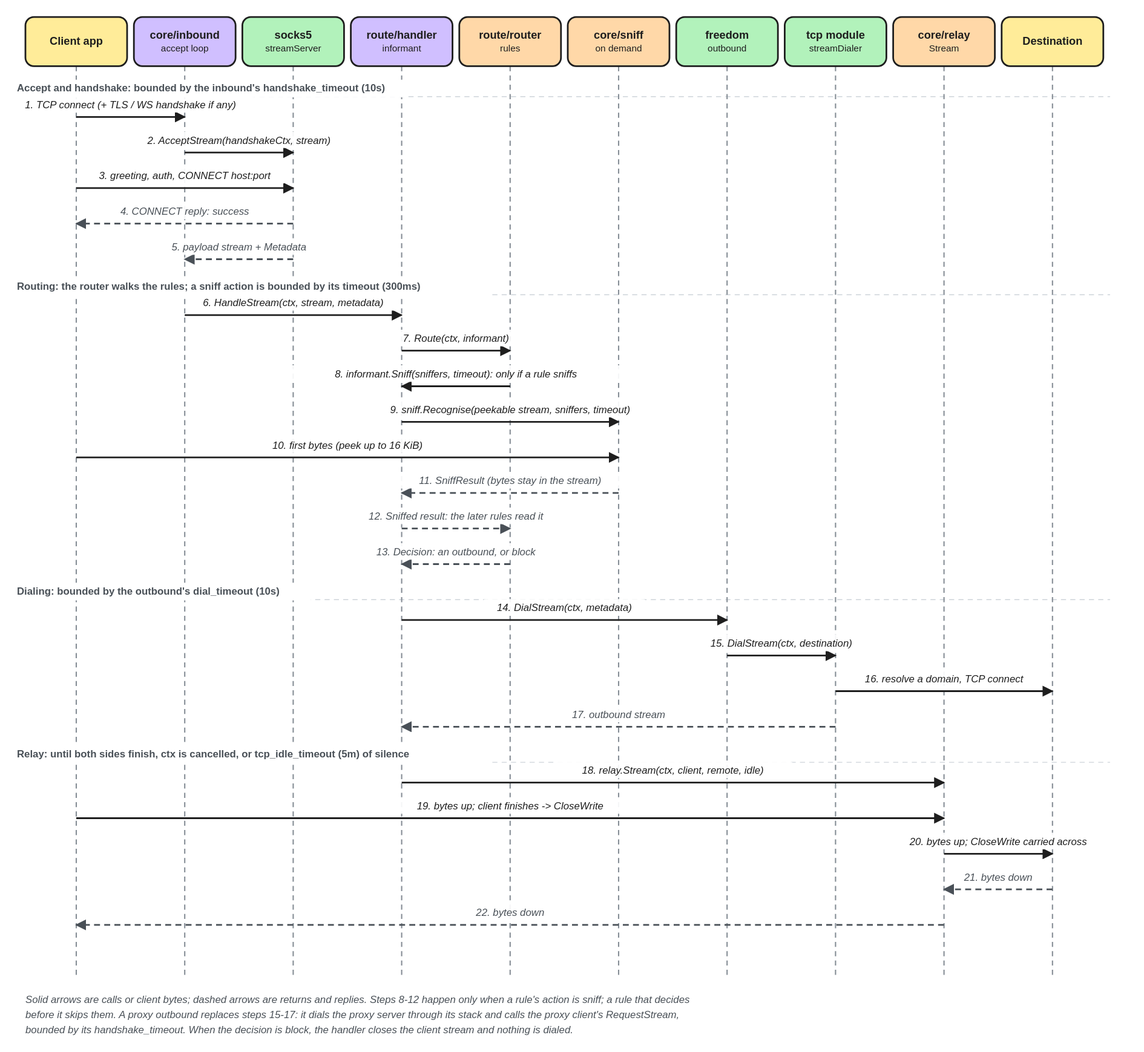
Above: docs/assets/diagrams/tcp-lifecycle.excalidraw.svg in we-apranik/apranik (Excalidraw), before the change. Source tidied: one line per element, renumbered; positions are measured from the earlier drawing's top-left corner, leaving out a move shared by most shapes.
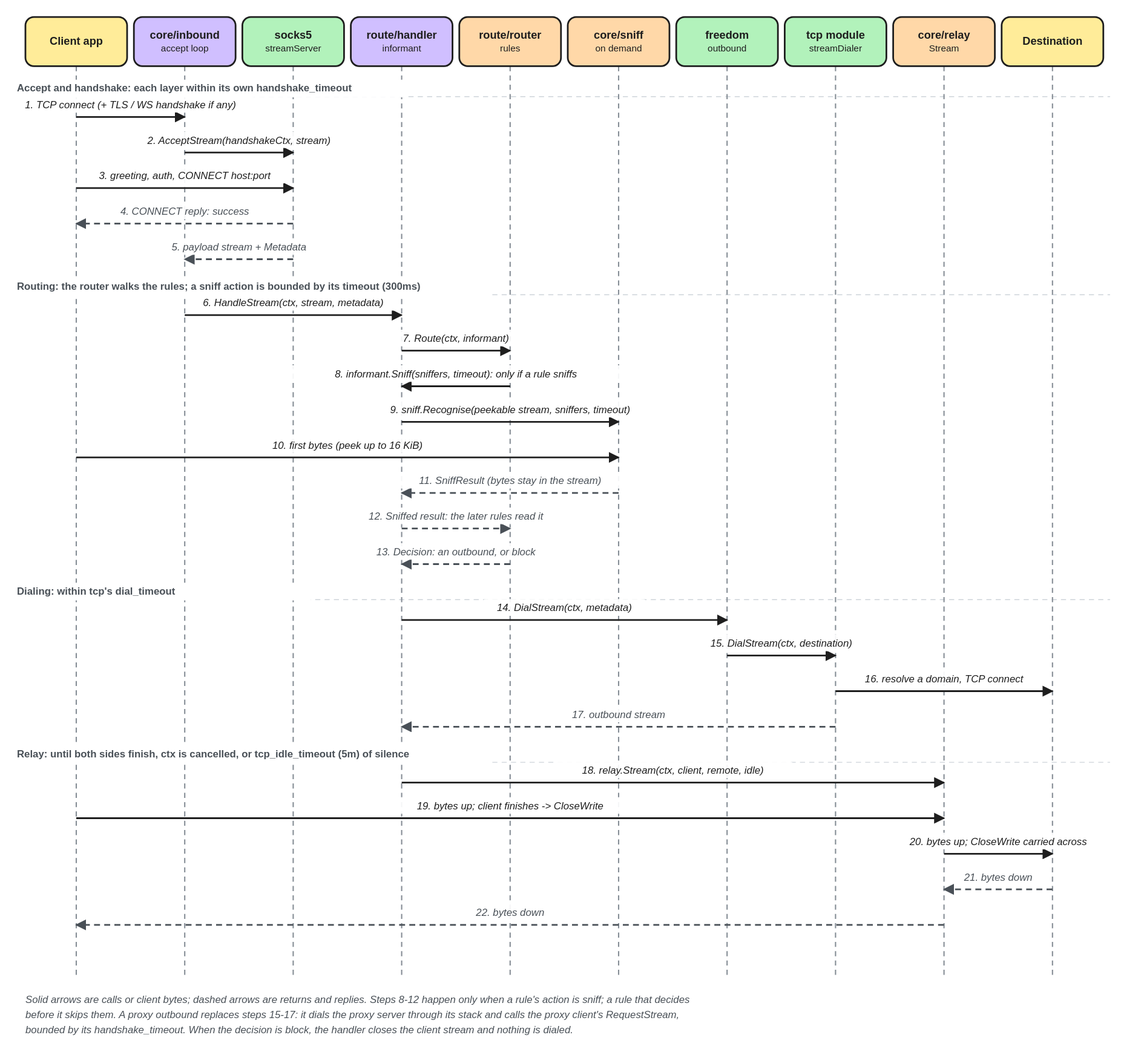
The same file after the commit.

Change to the diagram source:
```diff
@@ -54,9 +54,9 @@
 {"id": 53, "type": "text", "text": "core/relay\nStream", "strokeColor": "#1e1e1e", "strokeWidth": 2, "roughness": 0, "fontSize": 11, "fontFamily": 2, "textAlign": "center", "verticalAlign": "middle", "inside": 52, "x": 1045, "y": 0, "width": 120, "height": 28}
 {"id": 54, "type": "rectangle", "strokeColor": "#1e1e1e", "backgroundColor": "#ffec99", "fillStyle": "solid", "strokeWidth": 2, "roughness": 0, "round": true, "x": 1173, "y": 0, "width": 120, "height": 58}
 {"id": 55, "type": "text", "text": "Destination", "strokeColor": "#1e1e1e", "strokeWidth": 2, "roughness": 0, "fontSize": 13, "fontFamily": 2, "textAlign": "center", "verticalAlign": "middle", "inside": 54, "x": 1173, "y": 0, "width": 120, "height": 16}
-{"id": 56, "type": "text", "text": "Accept and handshake: bounded by the inbound's handshake_timeout (10s)", "strokeColor": "#495057", "strokeWidth": 2, "roughness": 0, "fontSize": 12, "fontFamily": 2, "verticalAlign": "middle", "x": 11, "y": 76, "width": 466, "height": 15}
+{"id": 56, "type": "text", "text": "Accept and handshake: each layer within its own handshake_timeout", "strokeColor": "#495057", "strokeWidth": 2, "roughness": 0, "fontSize": 12, "fontFamily": 2, "verticalAlign": "middle", "x": 11, "y": 76, "width": 466, "height": 15}
 {"id": 57, "type": "text", "text": "Routing: the router walks the rules; a sniff action is bounded by its timeout (300ms)", "strokeColor": "#495057", "strokeWidth": 2, "roughness": 0, "fontSize": 12, "fontFamily": 2, "verticalAlign": "middle", "x": 11, "y": 310, "width": 565, "height": 15}
-{"id": 58, "type": "text", "text": "Dialing: bounded by the outbound's dial_timeout (10s)", "strokeColor": "#495057", "strokeWidth": 2, "roughness": 0, "fontSize": 12, "fontFamily": 2, "verticalAlign": "middle", "x": 11, "y": 670, "width": 354, "height": 15}
+{"id": 58, "type": "text", "text": "Dialing: within tcp's dial_timeout", "strokeColor": "#495057", "strokeWidth": 2, "roughness": 0, "fontSize": 12, "fontFamily": 2, "verticalAlign": "middle", "x": 11, "y": 670, "width": 354, "height": 15}
 {"id": 59, "type": "text", "text": "Relay: until both sides finish, ctx is cancelled, or tcp_idle_timeout (5m) of silence", "strokeColor": "#495057", "strokeWidth": 2, "roughness": 0, "fontSize": 12, "fontFamily": 2, "verticalAlign": "middle", "x": 11, "y": 862, "width": 565, "height": 15}
 {"id": 60, "type": "text", "text": "1. TCP connect (+ TLS / WS handshake if any)", "strokeColor": "#1e1e1e", "strokeWidth": 2, "roughness": 0, "fontSize": 12, "fontFamily": 2, "textAlign": "center", "verticalAlign": "middle", "x": 0, "y": 96, "width": 291, "height": 15}
 {"id": 61, "type": "text", "text": "2. AcceptStream(handshakeCtx, stream)", "strokeColor": "#1e1e1e", "strokeWidth": 2, "roughness": 0, "fontSize": 12, "fontFamily": 2, "textAlign": "center", "verticalAlign": "middle", "x": 151, "y": 138, "width": 245, "height": 15}
```
